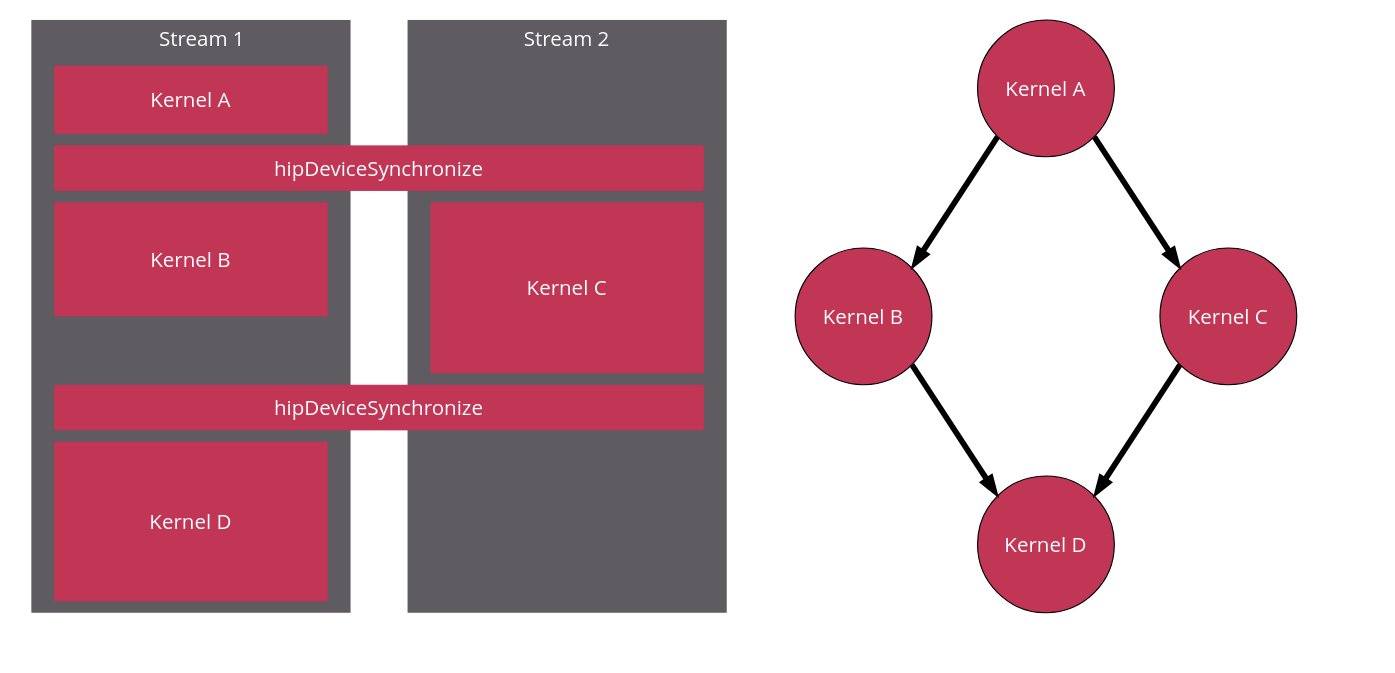
Earlier version of the draw.io diagram projects/hip/docs/data/how-to/hip_runtime_api/hipgraph/hip_graph.drawio (NautRobot/Eze-P). Source tidied: cells renumbered, new cells numbered last; positions are measured from the earlier drawing's top-left corner, leaving out a move shared by most shapes. Both pictures are drawn from the tidied source at 114%, with x=0, y=0 at pixel (19, 19).
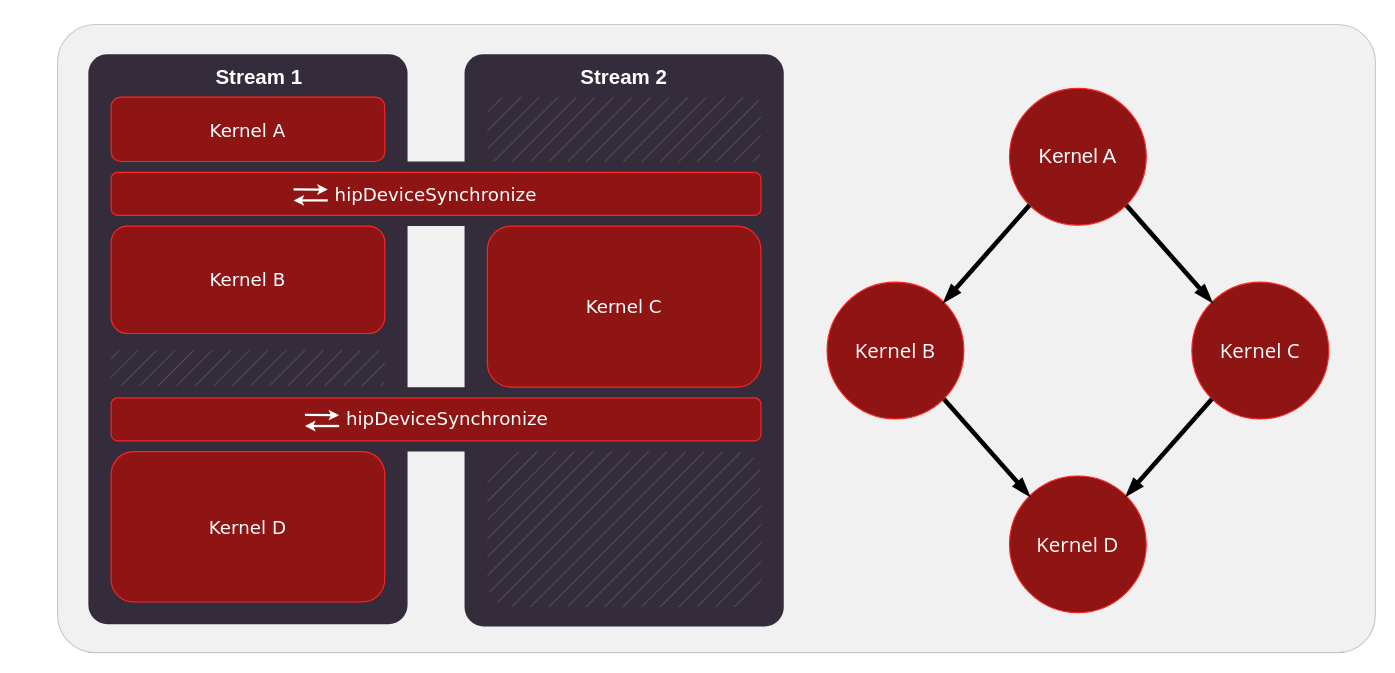
Above is the later version.

Diff of the diagram source:
```diff
@@
+    <mxCell id="20" style="rounded=1;whiteSpace=wrap;html=1;fillColor=#F1F1F1;fontColor=#FFFFFF;strokeColor=#C9C9C9;spacing=0;arcSize=6;" parent="1" vertex="1">
+      <mxGeometry x="33" y="4" width="1156" height="551" as="geometry" />
+    </mxCell>
+    <mxCell id="12" value="&lt;font style=&quot;font-size: 18px;&quot;&gt;&lt;font face=&quot;Helvetica&quot; style=&quot;font-size: 18px; color: rgb(255, 255, 255);&quot;&gt;Kernel A&lt;/font&gt;&lt;br style=&quot;font-size: 18px;&quot;&gt;&lt;/font&gt;" style="ellipse;whiteSpace=wrap;html=1;fillColor=#8F1414;strokeColor=#FF2424;fontFamily=Segoe UI;fontSize=18;" parent="1" vertex="1">
+      <mxGeometry x="868" y="60" width="120" height="120" as="geometry" />
+    </mxCell>
+    <mxCell id="13" value="&lt;font style=&quot;font-size: 18px;&quot;&gt;&lt;font style=&quot;font-size: 18px; color: rgb(255, 255, 255);&quot;&gt;Kernel B&lt;/font&gt;&lt;br style=&quot;font-size: 18px;&quot;&gt;&lt;/font&gt;" style="ellipse;whiteSpace=wrap;html=1;fillColor=#8F1414;strokeColor=#FF2424;fontFamily=Segoe UI;fontSize=18;" parent="1" vertex="1">
+      <mxGeometry x="708" y="230" width="120" height="120" as="geometry" />
+    </mxCell>
+    <mxCell id="14" value="&lt;font style=&quot;font-size: 18px;&quot;&gt;&lt;font style=&quot;font-size: 18px; color: rgb(255, 255, 255);&quot;&gt;Kernel C&lt;/font&gt;&lt;br style=&quot;font-size: 18px;&quot;&gt;&lt;/font&gt;" style="ellipse;whiteSpace=wrap;html=1;fillColor=#8F1414;strokeColor=#FF2424;fontFamily=Segoe UI;fontSize=18;" parent="1" vertex="1">
+      <mxGeometry x="1028" y="230" width="120" height="120" as="geometry" />
+    </mxCell>
+    <mxCell id="15" value="&lt;div style=&quot;font-size: 18px;&quot;&gt;&lt;font style=&quot;font-size: 18px;&quot;&gt;&lt;font style=&quot;font-size: 18px; color: rgb(255, 255, 255);&quot;&gt;Kernel D&lt;/font&gt;&lt;/font&gt;&lt;/div&gt;" style="ellipse;whiteSpace=wrap;html=1;fillColor=#8F1414;strokeColor=#FF2424;fontFamily=Segoe UI;fontSize=18;" parent="1" vertex="1">
+      <mxGeometry x="868" y="400" width="120" height="120" as="geometry" />
+    </mxCell>
+    <mxCell id="16" style="endArrow=blockThin;html=1;rounded=0;entryX=0;entryY=0;entryDx=0;entryDy=0;exitX=1;exitY=1;exitDx=0;exitDy=0;strokeWidth=4;endFill=1;fontFamily=Segoe UI;fontSize=18;" parent="1" edge="1" source="12" target="14">
+      <mxGeometry relative="1" as="geometry" />
+    </mxCell>
+    <mxCell id="17" style="endArrow=blockThin;html=1;rounded=0;entryX=1;entryY=0;entryDx=0;entryDy=0;exitX=0;exitY=1;exitDx=0;exitDy=0;strokeWidth=4;endFill=1;fontFamily=Segoe UI;fontSize=18;" parent="1" edge="1" source="12" target="13">
+      <mxGeometry relative="1" as="geometry" />
+    </mxCell>
+    <mxCell id="18" style="endArrow=blockThin;html=1;rounded=0;entryX=0;entryY=0;entryDx=0;entryDy=0;exitX=1;exitY=1;exitDx=0;exitDy=0;strokeWidth=4;endFill=1;fontFamily=Segoe UI;fontSize=18;" parent="1" edge="1" source="13" target="15">
+      <mxGeometry relative="1" as="geometry" />
+    </mxCell>
+    <mxCell id="19" style="endArrow=blockThin;html=1;rounded=0;strokeWidth=4;endFill=1;entryX=1;entryY=0;entryDx=0;entryDy=0;exitX=0;exitY=1;exitDx=0;exitDy=0;fontFamily=Segoe UI;fontSize=18;" parent="1" edge="1" source="14" target="15">
+      <mxGeometry relative="1" as="geometry" />
+    </mxCell>
+    <mxCell id="21" style="whiteSpace=wrap;html=1;fontSize=16;fontFamily=Verdana;rounded=1;verticalAlign=top;strokeColor=none;fillColor=light-dark(#342c3b, #ffafaf);fontColor=#F0F0F0;" parent="1" vertex="1">
+      <mxGeometry x="79" y="322.1" width="570" height="56.5" as="geometry" />
+    </mxCell>
+    <mxCell id="22" style="whiteSpace=wrap;html=1;fontSize=16;fontFamily=Verdana;rounded=1;verticalAlign=top;strokeColor=none;fillColor=light-dark(#342c3b, #ffafaf);fontColor=#F0F0F0;" parent="1" vertex="1">
+      <mxGeometry x="80" y="124.2" width="570" height="56.5" as="geometry" />
+    </mxCell>
-    <mxCell id="2" style="rounded=0;fillColor=#5e5b61;fontColor=#FFFFFF;strokeColor=none;spacing=0;fontFamily=Segoe UI;fontSize=18;" parent="1" vertex="1">
-      <mxGeometry x="340" width="280" height="520" as="geometry" />
+    <mxCell id="2" style="rounded=1;whiteSpace=wrap;html=1;fillColor=#342C3B;fontColor=#FFFFFF;strokeColor=none;spacing=0;arcSize=6;" parent="1" vertex="1">
+      <mxGeometry x="390" y="30" width="280" height="502" as="geometry" />
     </mxCell>
-    <mxCell id="3" style="rounded=0;fillColor=#5e5b61;fontColor=#FFFFFF;strokeColor=none;spacing=0;fontFamily=Segoe UI;fontSize=18;" parent="1" vertex="1">
-      <mxGeometry x="10" width="280" height="520" as="geometry" />
+    <mxCell id="3" style="rounded=1;whiteSpace=wrap;html=1;fillColor=#342C3B;fontColor=#FFFFFF;strokeColor=none;spacing=0;arcSize=6;" parent="1" vertex="1">
+      <mxGeometry x="60" y="30" width="280" height="500" as="geometry" />
     </mxCell>
-    <mxCell id="4" value="Stream 1" style="text;strokeColor=none;fillColor=none;align=center;verticalAlign=middle;rounded=0;fontFamily=Segoe UI;fontSize=18;fontColor=#FFFFFF;" parent="1" vertex="1">
-      <mxGeometry width="320" height="30" as="geometry" />
+    <mxCell id="4" value="Stream 1" style="text;strokeColor=none;fillColor=none;align=center;verticalAlign=middle;rounded=0;fontFamily=Helvetica;fontSize=18;fontColor=#FFFFFF;fontStyle=1;" parent="1" vertex="1">
+      <mxGeometry x="50" y="34.7" width="320" height="28.3" as="geometry" />
     </mxCell>
-    <mxCell id="5" value="Kernel B" style="rounded=0;whiteSpace=wrap;html=1;fillColor=#c13555;fontColor=#FFFFFF;strokeColor=none;fontFamily=Segoe UI;fontSize=18;" parent="1" vertex="1">
-      <mxGeometry x="30" y="160" width="240" height="100" as="geometry" />
+    <mxCell id="5" value="&lt;div&gt;&lt;br/&gt;&lt;/div&gt;" style="whiteSpace=wrap;html=1;fontSize=16;fontFamily=Verdana;rounded=1;verticalAlign=top;strokeColor=#ff2424;fillColor=#8F1414;fontColor=#F0F0F0;" parent="1" vertex="1">
+      <mxGeometry x="80" y="180.8" width="240" height="94.2" as="geometry" />
     </mxCell>
-    <mxCell id="6" value="Stream 2" style="text;strokeColor=none;fillColor=none;align=center;verticalAlign=middle;rounded=0;fontFamily=Segoe UI;fontSize=18;fontColor=#FFFFFF;" parent="1" vertex="1">
-      <mxGeometry x="320" width="320" height="30" as="geometry" />
+    <mxCell id="6" value="Stream 2" style="text;strokeColor=none;fillColor=none;align=center;verticalAlign=middle;rounded=0;fontFamily=Helvetica;fontSize=18;fontColor=#FFFFFF;fontStyle=1;" parent="1" vertex="1">
+      <mxGeometry x="370" y="34.7" width="320" height="28.3" as="geometry" />
     </mxCell>
-    <mxCell id="7" value="Kernel A" style="rounded=0;whiteSpace=wrap;html=1;fillColor=#c13555;fontColor=#FFFFFF;strokeColor=none;fontFamily=Segoe UI;fontSize=18;" parent="1" vertex="1">
-      <mxGeometry x="30" y="40" width="240" height="60" as="geometry" />
+    <mxCell id="7" style="whiteSpace=wrap;html=1;fontSize=16;fontFamily=Verdana;rounded=1;verticalAlign=top;strokeColor=#ff2424;fillColor=#8F1414;fontColor=#F0F0F0;" parent="1" vertex="1">
+      <mxGeometry x="80" y="67.7" width="240" height="56.5" as="geometry" />
     </mxCell>
-    <mxCell id="8" value="hipDeviceSynchronize" style="rounded=0;whiteSpace=wrap;html=1;fillColor=#c13555;fontColor=#FFFFFF;strokeColor=none;fontFamily=Segoe UI;fontSize=18;" parent="1" vertex="1">
-      <mxGeometry x="30" y="320" width="570" height="40" as="geometry" />
+    <mxCell id="8" style="whiteSpace=wrap;html=1;fontSize=16;fontFamily=Verdana;rounded=1;verticalAlign=top;strokeColor=#ff2424;fillColor=#8F1414;fontColor=#F0F0F0;" parent="1" vertex="1">
+      <mxGeometry x="80" y="331.5" width="570" height="37.7" as="geometry" />
     </mxCell>
-    <mxCell id="9" value="Kernel C" style="rounded=0;whiteSpace=wrap;html=1;fillColor=#c13555;fontColor=#FFFFFF;strokeColor=none;fontFamily=Segoe UI;fontSize=18;" parent="1" vertex="1">
-      <mxGeometry x="360" y="160" width="240" height="150" as="geometry" />
+    <mxCell id="9" style="whiteSpace=wrap;html=1;fontSize=16;fontFamily=Verdana;rounded=1;verticalAlign=top;strokeColor=#ff2424;fillColor=#8F1414;fontColor=#F0F0F0;" parent="1" vertex="1">
+      <mxGeometry x="410" y="180.8" width="240" height="141.3" as="geometry" />
     </mxCell>
-    <mxCell id="10" value="hipDeviceSynchronize" style="rounded=0;whiteSpace=wrap;html=1;fillColor=#c13555;fontColor=#FFFFFF;strokeColor=none;fontFamily=Segoe UI;fontSize=18;" parent="1" vertex="1">
-      <mxGeometry x="30" y="110" width="570" height="40" as="geometry" />
+    <mxCell id="10" style="whiteSpace=wrap;html=1;fontSize=16;fontFamily=Verdana;rounded=1;verticalAlign=top;strokeColor=#ff2424;fillColor=#8F1414;fontColor=#F0F0F0;" parent="1" vertex="1">
+      <mxGeometry x="80" y="133.7" width="570" height="37.7" as="geometry" />
     </mxCell>
-    <mxCell id="11" value="Kernel D" style="rounded=0;whiteSpace=wrap;html=1;fillColor=#c13555;fontColor=#FFFFFF;strokeColor=none;fontFamily=Segoe UI;fontSize=18;" parent="1" vertex="1">
-      <mxGeometry x="30" y="370" width="240" height="140" as="geometry" />
+    <mxCell id="11" style="whiteSpace=wrap;html=1;fontSize=16;fontFamily=Verdana;rounded=1;verticalAlign=top;strokeColor=#ff2424;fillColor=#8F1414;fontColor=#F0F0F0;" parent="1" vertex="1">
+      <mxGeometry x="80" y="378.7" width="240" height="131.9" as="geometry" />
     </mxCell>
-    <mxCell id="12" value="&lt;font style=&quot;font-size: 18px;&quot; color=&quot;#ffffff&quot;&gt;&lt;font style=&quot;font-size: 18px;&quot;&gt;Kernel A&lt;/font&gt;&lt;br style=&quot;font-size: 18px;&quot;&gt;&lt;/font&gt;" style="ellipse;whiteSpace=wrap;html=1;fillColor=#c13555;strokeColor=default;fontFamily=Segoe UI;fontSize=18;" parent="1" vertex="1">
-      <mxGeometry x="840" width="120" height="120" as="geometry" />
-    </mxCell>
-    <mxCell id="13" value="&lt;font style=&quot;font-size: 18px;&quot; color=&quot;#ffffff&quot;&gt;&lt;font style=&quot;font-size: 18px;&quot;&gt;Kernel B&lt;/font&gt;&lt;br style=&quot;font-size: 18px;&quot;&gt;&lt;/font&gt;" style="ellipse;whiteSpace=wrap;html=1;fillColor=#c13555;strokeColor=default;fontFamily=Segoe UI;fontSize=18;" parent="1" vertex="1">
-      <mxGeometry x="680" y="200" width="120" height="120" as="geometry" />
-    </mxCell>
-    <mxCell id="14" value="&lt;font style=&quot;font-size: 18px;&quot; color=&quot;#ffffff&quot;&gt;&lt;font style=&quot;font-size: 18px;&quot;&gt;Kernel C&lt;/font&gt;&lt;br style=&quot;font-size: 18px;&quot;&gt;&lt;/font&gt;" style="ellipse;whiteSpace=wrap;html=1;fillColor=#c13555;strokeColor=default;fontFamily=Segoe UI;fontSize=18;" parent="1" vertex="1">
-      <mxGeometry x="1000" y="200" width="120" height="120" as="geometry" />
-    </mxCell>
-    <mxCell id="15" value="&lt;div style=&quot;font-size: 18px;&quot;&gt;&lt;font style=&quot;font-size: 18px;&quot; color=&quot;#ffffff&quot;&gt;&lt;font style=&quot;font-size: 18px;&quot;&gt;Kernel D&lt;/font&gt;&lt;/font&gt;&lt;/div&gt;" style="ellipse;whiteSpace=wrap;html=1;fillColor=#c13555;strokeColor=default;fontFamily=Segoe UI;fontSize=18;" parent="1" vertex="1">
-      <mxGeometry x="840" y="400" width="120" height="120" as="geometry" />
-    </mxCell>
-    <mxCell id="16" style="endArrow=blockThin;html=1;rounded=0;entryX=0;entryY=0;entryDx=0;entryDy=0;exitX=1;exitY=1;exitDx=0;exitDy=0;strokeWidth=5;endFill=1;fontFamily=Segoe UI;fontSize=18;" parent="1" edge="1" source="12" target="14">
-      <mxGeometry relative="1" as="geometry" />
-    </mxCell>
-    <mxCell id="17" style="endArrow=blockThin;html=1;rounded=0;entryX=1;entryY=0;entryDx=0;entryDy=0;exitX=0;exitY=1;exitDx=0;exitDy=0;strokeWidth=5;endFill=1;fontFamily=Segoe UI;fontSize=18;" parent="1" edge="1" source="12" target="13">
-      <mxGeometry relative="1" as="geometry" />
-    </mxCell>
-    <mxCell id="18" style="endArrow=blockThin;html=1;rounded=0;entryX=0;entryY=0;entryDx=0;entryDy=0;exitX=1;exitY=1;exitDx=0;exitDy=0;strokeWidth=5;endFill=1;fontFamily=Segoe UI;fontSize=18;" parent="1" edge="1" source="13" target="15">
-      <mxGeometry relative="1" as="geometry" />
-    </mxCell>
-    <mxCell id="19" style="endArrow=blockThin;html=1;rounded=0;strokeWidth=5;endFill=1;entryX=1;entryY=0;entryDx=0;entryDy=0;exitX=0;exitY=1;exitDx=0;exitDy=0;fontFamily=Segoe UI;fontSize=18;" parent="1" edge="1" source="14" target="15">
-      <mxGeometry relative="1" as="geometry" />
-    </mxCell>
+    <mxCell id="23" value="&lt;span style=&quot;font-family: Verdana; font-size: 16px;&quot;&gt;&lt;font style=&quot;color: rgb(255, 255, 255);&quot;&gt;hipDeviceSynchronize&lt;/font&gt;&lt;/span&gt;" style="text;html=1;align=center;verticalAlign=middle;whiteSpace=wrap;rounded=0;fontColor=#FFFFFF;" parent="1" vertex="1">
+      <mxGeometry x="270" y="138.4" width="190" height="28.3" as="geometry" />
+    </mxCell>
+    <mxCell id="24" style="group;" parent="1" vertex="1">
+      <mxGeometry x="240" y="148.6" width="30" height="9.7" as="geometry" />
+    </mxCell>
+    <mxCell id="25" style="endArrow=classic;html=1;strokeColor=#FFFFFF;fillColor=default;endWidth=9.534883720930234;rounded=1;strokeWidth=2;endSize=3;" parent="24" edge="1">
+      <mxGeometry relative="1" as="geometry">
+        <mxPoint as="sourcePoint" />
+        <mxPoint x="30" y="0.2" as="targetPoint" />
+      </mxGeometry>
+    </mxCell>
+    <mxCell id="26" style="endArrow=classic;html=1;strokeColor=#FFFFFF;fillColor=default;endWidth=9.534883720930234;rounded=1;strokeWidth=2;endSize=3;" parent="24" edge="1">
+      <mxGeometry relative="1" as="geometry">
+        <mxPoint x="30" y="9.7" as="sourcePoint" />
+        <mxPoint y="9.7" as="targetPoint" />
+      </mxGeometry>
+    </mxCell>
+    <mxCell id="27" value="&lt;span style=&quot;font-family: Verdana; font-size: 16px;&quot;&gt;&lt;font style=&quot;color: rgb(255, 255, 255);&quot;&gt;hipDeviceSynchronize&lt;/font&gt;&lt;/span&gt;" style="text;html=1;align=center;verticalAlign=middle;whiteSpace=wrap;rounded=0;fontColor=#FFFFFF;" parent="1" vertex="1">
+      <mxGeometry x="280" y="336.2" width="190" height="28.3" as="geometry" />
+    </mxCell>
+    <mxCell id="28" style="group;" parent="1" vertex="1">
+      <mxGeometry x="250" y="346.5" width="30" height="9.7" as="geometry" />
+    </mxCell>
+    <mxCell id="29" style="endArrow=classic;html=1;strokeColor=#FFFFFF;fillColor=default;endWidth=9.534883720930234;rounded=1;strokeWidth=2;endSize=3;" parent="28" edge="1">
+      <mxGeometry relative="1" as="geometry">
+        <mxPoint as="sourcePoint" />
+        <mxPoint x="30" y="0.2" as="targetPoint" />
+      </mxGeometry>
+    </mxCell>
+    <mxCell id="30" style="endArrow=classic;html=1;strokeColor=#FFFFFF;fillColor=default;endWidth=9.534883720930234;rounded=1;strokeWidth=2;endSize=3;" parent="28" edge="1">
+      <mxGeometry relative="1" as="geometry">
+        <mxPoint x="30" y="9.7" as="sourcePoint" />
+        <mxPoint y="9.7" as="targetPoint" />
+      </mxGeometry>
+    </mxCell>
+    <mxCell id="31" value="&lt;span style=&quot;font-family: Verdana; font-size: 16px;&quot;&gt;&lt;font style=&quot;color: rgb(255, 255, 255);&quot;&gt;Kernel B&lt;/font&gt;&lt;/span&gt;" style="text;html=1;align=center;verticalAlign=middle;whiteSpace=wrap;rounded=0;fontColor=#FFFFFF;" parent="1" vertex="1">
+      <mxGeometry x="105" y="213.8" width="190" height="28.3" as="geometry" />
+    </mxCell>
+    <mxCell id="32" value="&lt;span style=&quot;font-family: Verdana; font-size: 16px;&quot;&gt;&lt;font style=&quot;color: rgb(255, 255, 255);&quot;&gt;Kernel C&lt;/font&gt;&lt;/span&gt;" style="text;html=1;align=center;verticalAlign=middle;whiteSpace=wrap;rounded=0;fontColor=#FFFFFF;" parent="1" vertex="1">
+      <mxGeometry x="435" y="238.2" width="190" height="28.3" as="geometry" />
+    </mxCell>
+    <mxCell id="33" value="&lt;span style=&quot;font-family: Verdana; font-size: 16px;&quot;&gt;&lt;font style=&quot;color: rgb(255, 255, 255);&quot;&gt;Kernel D&lt;/font&gt;&lt;/span&gt;" style="text;html=1;align=center;verticalAlign=middle;whiteSpace=wrap;rounded=0;fontColor=#FFFFFF;" parent="1" vertex="1">
+      <mxGeometry x="105" y="430.5" width="190" height="28.3" as="geometry" />
+    </mxCell>
+    <mxCell id="34" value="&lt;span style=&quot;font-family: Verdana; font-size: 16px;&quot;&gt;&lt;font style=&quot;color: rgb(255, 255, 255);&quot;&gt;Kernel A&lt;/font&gt;&lt;/span&gt;" style="text;html=1;align=center;verticalAlign=middle;whiteSpace=wrap;rounded=0;fontColor=#FFFFFF;" parent="1" vertex="1">
+      <mxGeometry x="105" y="82.8" width="190" height="28.3" as="geometry" />
+    </mxCell>
+    <mxCell id="35" style="whiteSpace=wrap;html=1;fontSize=16;fontFamily=Verdana;rounded=1;verticalAlign=top;strokeColor=none;fillColor=#545454;fontColor=#F0F0F0;fillStyle=hatch;" parent="1" vertex="1">
+      <mxGeometry x="410" y="67.7" width="240" height="56.5" as="geometry" />
+    </mxCell>
+    <mxCell id="36" style="whiteSpace=wrap;html=1;fontSize=16;fontFamily=Verdana;rounded=1;verticalAlign=top;strokeColor=none;fillColor=#545454;fontColor=#F0F0F0;fillStyle=hatch;" parent="1" vertex="1">
+      <mxGeometry x="410" y="378.6" width="240" height="136.3" as="geometry" />
+    </mxCell>
+    <mxCell id="37" style="whiteSpace=wrap;html=1;fontSize=16;fontFamily=Verdana;rounded=1;verticalAlign=top;strokeColor=none;fillColor=#545454;fontColor=#F0F0F0;fillStyle=hatch;" parent="1" vertex="1">
+      <mxGeometry x="80" y="290" width="240" height="31.2" as="geometry" />
+    </mxCell>
```
